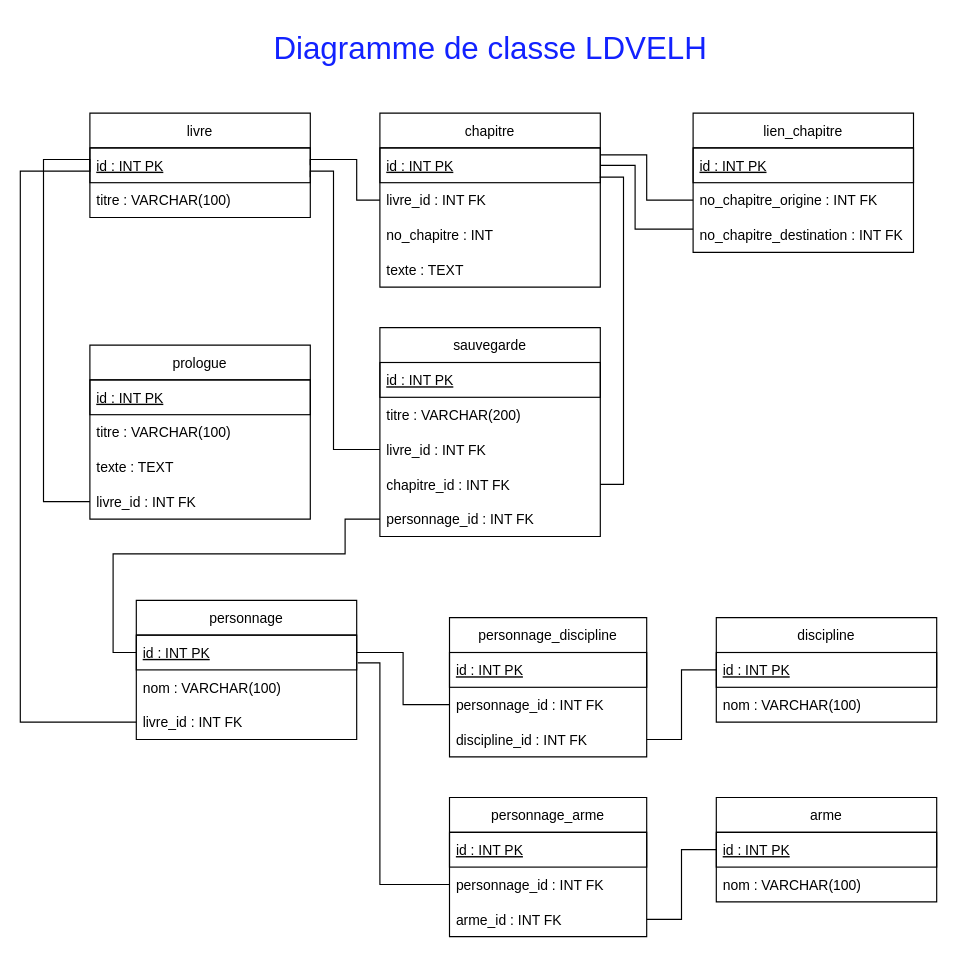
This is Diagramme de classe du TP.drawio from 2132555-guyollotclement/clementguyollot_francispayan_projet, a draw.io file, before an edit. Source tidied: cells renumbered, new cells numbered last; positions are measured from the earlier drawing's top-left corner, leaving out a move shared by most shapes. Both pictures are drawn from the tidied source at 116%, with x=0, y=0 at pixel (20, 20).
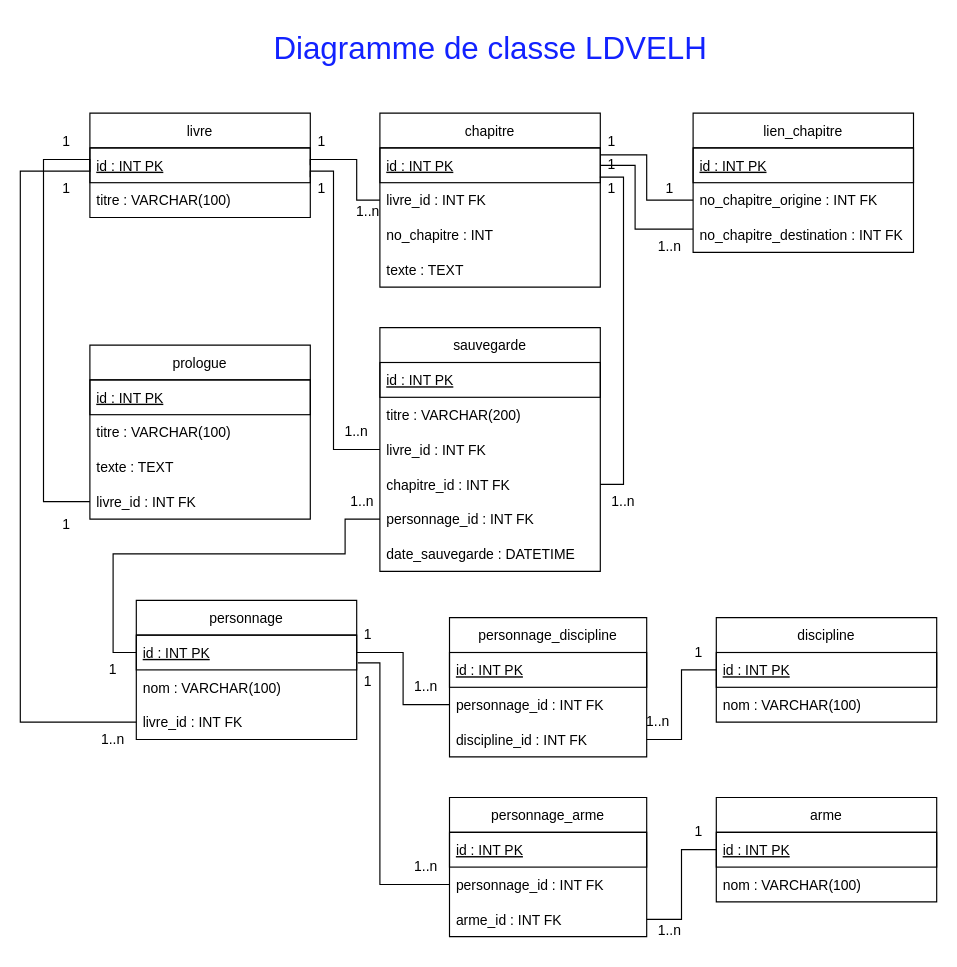
The same page after the edit.

Commit message (it also covers changes not shown here):
MAJ Diagramme

What changed in the source:
```diff
@@
     <mxCell id="48" value="sauvegarde" style="swimlane;fontStyle=0;horizontal=1;startSize=30;" parent="1" vertex="1">
-      <mxGeometry x="310" y="265" width="190" height="180" as="geometry" />
+      <mxGeometry x="310" y="265" width="190" height="210" as="geometry" />
     </mxCell>
@@
+    <mxCell id="56" value="date_sauvegarde : DATETIME" style="text;strokeColor=none;fillColor=none;align=left;verticalAlign=middle;spacingLeft=4;spacingRight=4;overflow=hidden;" parent="48" vertex="1">
+      <mxGeometry y="180" width="190" height="30" as="geometry" />
+    </mxCell>
@@
+    <mxCell id="57" value="1" style="text;html=1;strokeColor=none;fillColor=none;align=center;verticalAlign=middle;whiteSpace=wrap;rounded=0;" parent="1" vertex="1">
+      <mxGeometry x="240" y="90" width="40" height="30" as="geometry" />
+    </mxCell>
+    <mxCell id="58" value="1..n" style="text;html=1;strokeColor=none;fillColor=none;align=center;verticalAlign=middle;whiteSpace=wrap;rounded=0;" parent="1" vertex="1">
+      <mxGeometry x="280" y="150" width="40" height="30" as="geometry" />
+    </mxCell>
+    <mxCell id="59" value="1" style="text;html=1;strokeColor=none;fillColor=none;align=center;verticalAlign=middle;whiteSpace=wrap;rounded=0;" parent="1" vertex="1">
+      <mxGeometry x="20" y="90" width="40" height="30" as="geometry" />
+    </mxCell>
+    <mxCell id="60" value="1" style="text;html=1;strokeColor=none;fillColor=none;align=center;verticalAlign=middle;whiteSpace=wrap;rounded=0;" parent="1" vertex="1">
+      <mxGeometry x="20" y="420" width="40" height="30" as="geometry" />
+    </mxCell>
+    <mxCell id="61" value="1..n" style="text;html=1;strokeColor=none;fillColor=none;align=center;verticalAlign=middle;whiteSpace=wrap;rounded=0;" parent="1" vertex="1">
+      <mxGeometry x="60" y="605" width="40" height="30" as="geometry" />
+    </mxCell>
+    <mxCell id="62" value="1" style="text;html=1;strokeColor=none;fillColor=none;align=center;verticalAlign=middle;whiteSpace=wrap;rounded=0;" parent="1" vertex="1">
+      <mxGeometry x="20" y="130" width="40" height="30" as="geometry" />
+    </mxCell>
+    <mxCell id="63" value="1" style="text;html=1;strokeColor=none;fillColor=none;align=center;verticalAlign=middle;whiteSpace=wrap;rounded=0;" parent="1" vertex="1">
+      <mxGeometry x="60" y="545" width="40" height="30" as="geometry" />
+    </mxCell>
+    <mxCell id="64" value="1..n" style="text;html=1;strokeColor=none;fillColor=none;align=center;verticalAlign=middle;whiteSpace=wrap;rounded=0;" parent="1" vertex="1">
+      <mxGeometry x="280" y="400" width="30" height="30" as="geometry" />
+    </mxCell>
+    <mxCell id="65" value="1" style="text;html=1;strokeColor=none;fillColor=none;align=center;verticalAlign=middle;whiteSpace=wrap;rounded=0;" parent="1" vertex="1">
+      <mxGeometry x="540" y="130" width="40" height="30" as="geometry" />
+    </mxCell>
+    <mxCell id="66" value="1" style="text;html=1;strokeColor=none;fillColor=none;align=center;verticalAlign=middle;whiteSpace=wrap;rounded=0;" parent="1" vertex="1">
+      <mxGeometry x="490" y="90" width="40" height="30" as="geometry" />
+    </mxCell>
+    <mxCell id="67" value="1" style="text;html=1;strokeColor=none;fillColor=none;align=center;verticalAlign=middle;whiteSpace=wrap;rounded=0;" parent="1" vertex="1">
+      <mxGeometry x="490" y="110" width="40" height="30" as="geometry" />
+    </mxCell>
+    <mxCell id="68" value="1..n" style="text;html=1;strokeColor=none;fillColor=none;align=center;verticalAlign=middle;whiteSpace=wrap;rounded=0;" parent="1" vertex="1">
+      <mxGeometry x="500" y="400" width="40" height="30" as="geometry" />
+    </mxCell>
+    <mxCell id="69" value="1..n" style="text;html=1;strokeColor=none;fillColor=none;align=center;verticalAlign=middle;whiteSpace=wrap;rounded=0;" parent="1" vertex="1">
+      <mxGeometry x="540" y="180" width="40" height="30" as="geometry" />
+    </mxCell>
+    <mxCell id="70" value="1" style="text;html=1;strokeColor=none;fillColor=none;align=center;verticalAlign=middle;whiteSpace=wrap;rounded=0;" parent="1" vertex="1">
+      <mxGeometry x="490" y="130" width="40" height="30" as="geometry" />
+    </mxCell>
+    <mxCell id="71" value="1" style="text;html=1;strokeColor=none;fillColor=none;align=center;verticalAlign=middle;whiteSpace=wrap;rounded=0;" parent="1" vertex="1">
+      <mxGeometry x="240" y="130" width="40" height="30" as="geometry" />
+    </mxCell>
+    <mxCell id="72" value="1..n" style="text;html=1;strokeColor=none;fillColor=none;align=center;verticalAlign=middle;whiteSpace=wrap;rounded=0;" parent="1" vertex="1">
+      <mxGeometry x="270" y="340" width="40" height="30" as="geometry" />
+    </mxCell>
+    <mxCell id="73" value="1" style="text;html=1;strokeColor=none;fillColor=none;align=center;verticalAlign=middle;whiteSpace=wrap;rounded=0;" parent="1" vertex="1">
+      <mxGeometry x="280" y="515" width="40" height="30" as="geometry" />
+    </mxCell>
+    <mxCell id="74" value="1..n" style="text;html=1;strokeColor=none;fillColor=none;align=center;verticalAlign=middle;whiteSpace=wrap;rounded=0;" parent="1" vertex="1">
+      <mxGeometry x="330" y="560" width="40" height="30" as="geometry" />
+    </mxCell>
+    <mxCell id="75" value="1" style="text;html=1;strokeColor=none;fillColor=none;align=center;verticalAlign=middle;whiteSpace=wrap;rounded=0;" parent="1" vertex="1">
+      <mxGeometry x="565" y="530" width="40" height="30" as="geometry" />
+    </mxCell>
+    <mxCell id="76" value="1..n" style="text;html=1;strokeColor=none;fillColor=none;align=center;verticalAlign=middle;whiteSpace=wrap;rounded=0;" parent="1" vertex="1">
+      <mxGeometry x="530" y="590" width="40" height="30" as="geometry" />
+    </mxCell>
+    <mxCell id="77" value="1..n" style="text;html=1;strokeColor=none;fillColor=none;align=center;verticalAlign=middle;whiteSpace=wrap;rounded=0;" parent="1" vertex="1">
+      <mxGeometry x="330" y="715" width="40" height="30" as="geometry" />
+    </mxCell>
+    <mxCell id="78" value="1" style="text;html=1;strokeColor=none;fillColor=none;align=center;verticalAlign=middle;whiteSpace=wrap;rounded=0;" parent="1" vertex="1">
+      <mxGeometry x="280" y="555" width="40" height="30" as="geometry" />
+    </mxCell>
+    <mxCell id="79" value="1..n" style="text;html=1;strokeColor=none;fillColor=none;align=center;verticalAlign=middle;whiteSpace=wrap;rounded=0;" parent="1" vertex="1">
+      <mxGeometry x="540" y="770" width="40" height="30" as="geometry" />
+    </mxCell>
+    <mxCell id="80" value="1" style="text;html=1;strokeColor=none;fillColor=none;align=center;verticalAlign=middle;whiteSpace=wrap;rounded=0;" parent="1" vertex="1">
+      <mxGeometry x="565" y="685" width="40" height="30" as="geometry" />
+    </mxCell>
```
